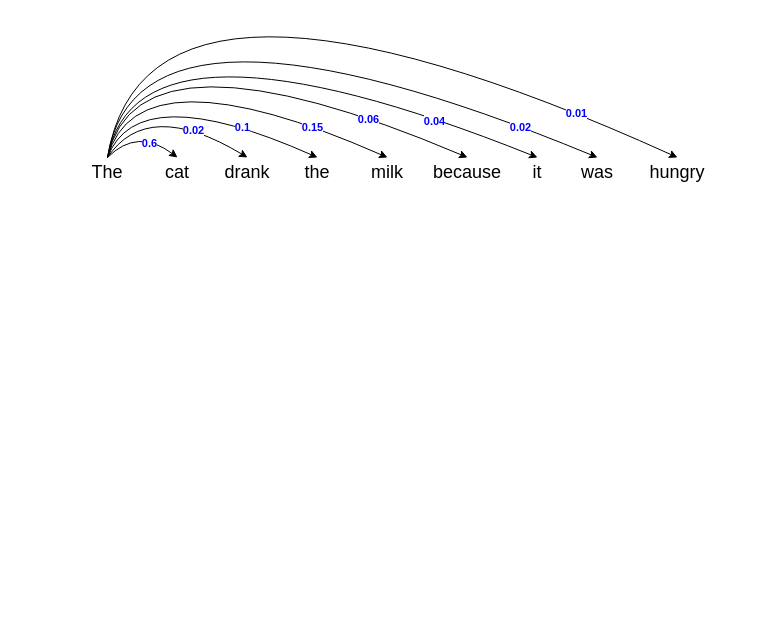
This is attention.drawio from skindhu/9GAG, a draw.io file, before an edit. Source tidied: cells renumbered, new cells numbered last; positions are measured from the earlier drawing's top-left corner, leaving out a move shared by most shapes. Both pictures are drawn from the tidied source at 100%, with x=0, y=0 at pixel (77, -83).
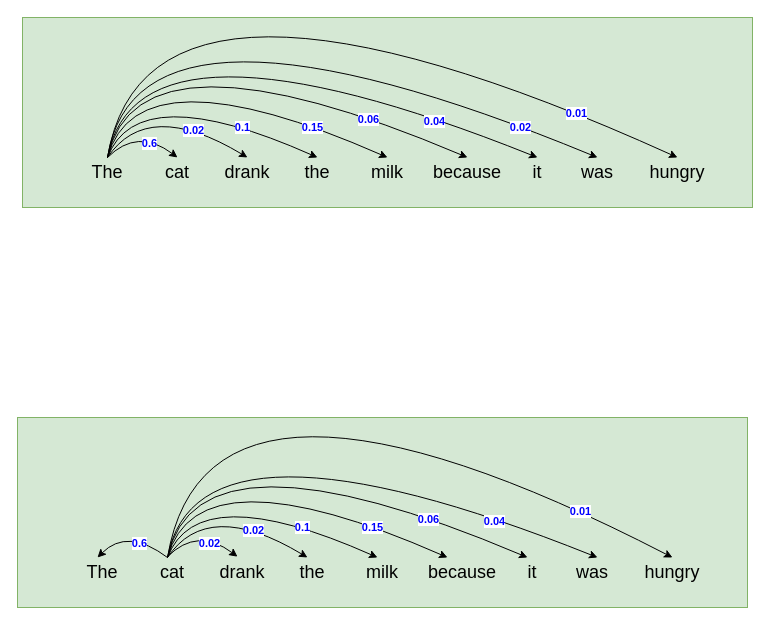
The same diagram, later.

Change to the diagram source:
```diff
@@
+    <mxCell id="27" style="rounded=0;whiteSpace=wrap;html=1;fillColor=#d5e8d4;strokeColor=#82b366;" parent="1" vertex="1">
+      <mxGeometry x="-55" y="100" width="730" height="190" as="geometry" />
+    </mxCell>
@@
+    <mxCell id="28" style="rounded=0;whiteSpace=wrap;html=1;fillColor=#d5e8d4;strokeColor=#82b366;" parent="1" vertex="1">
+      <mxGeometry x="-60" y="500" width="730" height="190" as="geometry" />
+    </mxCell>
+    <mxCell id="29" value="The" style="text;html=1;align=center;verticalAlign=middle;whiteSpace=wrap;rounded=0;fontSize=18;" parent="1" vertex="1">
+      <mxGeometry x="-5" y="640" width="60" height="30" as="geometry" />
+    </mxCell>
+    <mxCell id="30" value="cat" style="text;html=1;align=center;verticalAlign=middle;whiteSpace=wrap;rounded=0;fontSize=18;" parent="1" vertex="1">
+      <mxGeometry x="65" y="640" width="60" height="30" as="geometry" />
+    </mxCell>
+    <mxCell id="31" value="drank" style="text;html=1;align=center;verticalAlign=middle;whiteSpace=wrap;rounded=0;fontSize=18;" parent="1" vertex="1">
+      <mxGeometry x="135" y="640" width="60" height="30" as="geometry" />
+    </mxCell>
+    <mxCell id="32" value="the" style="text;html=1;align=center;verticalAlign=middle;whiteSpace=wrap;rounded=0;fontSize=18;" parent="1" vertex="1">
+      <mxGeometry x="205" y="640" width="60" height="30" as="geometry" />
+    </mxCell>
+    <mxCell id="33" value="milk" style="text;html=1;align=center;verticalAlign=middle;whiteSpace=wrap;rounded=0;fontSize=18;" parent="1" vertex="1">
+      <mxGeometry x="275" y="640" width="60" height="30" as="geometry" />
+    </mxCell>
+    <mxCell id="34" value="because" style="text;html=1;align=center;verticalAlign=middle;whiteSpace=wrap;rounded=0;fontSize=18;" parent="1" vertex="1">
+      <mxGeometry x="355" y="640" width="60" height="30" as="geometry" />
+    </mxCell>
+    <mxCell id="35" value="it" style="text;html=1;align=center;verticalAlign=middle;whiteSpace=wrap;rounded=0;fontSize=18;" parent="1" vertex="1">
+      <mxGeometry x="425" y="640" width="60" height="30" as="geometry" />
+    </mxCell>
+    <mxCell id="36" value="was" style="text;html=1;align=center;verticalAlign=middle;whiteSpace=wrap;rounded=0;fontSize=18;" parent="1" vertex="1">
+      <mxGeometry x="485" y="640" width="60" height="30" as="geometry" />
+    </mxCell>
+    <mxCell id="37" value="hungry" style="text;html=1;align=center;verticalAlign=middle;whiteSpace=wrap;rounded=0;fontSize=18;" parent="1" vertex="1">
+      <mxGeometry x="565" y="640" width="60" height="30" as="geometry" />
+    </mxCell>
+    <mxCell id="38" style="curved=1;endArrow=classic;html=1;rounded=0;entryX=0.5;entryY=0;entryDx=0;entryDy=0;exitX=0.5;exitY=0;exitDx=0;exitDy=0;" parent="1" edge="1">
+      <mxGeometry relative="1" as="geometry">
+        <mxPoint x="90" y="639.2" as="sourcePoint" />
+        <mxPoint x="160" y="639.2" as="targetPoint" />
+        <Array as="points">
+          <mxPoint x="120" y="609.2" />
+        </Array>
+      </mxGeometry>
+    </mxCell>
+    <mxCell id="39" value="0.02" style="edgeLabel;html=1;align=center;verticalAlign=middle;fontStyle=1;fontColor=#0000FF;" parent="38" vertex="1">
+      <mxGeometry x="0.32" y="-6" relative="1" as="geometry" />
+    </mxCell>
+    <mxCell id="40" style="curved=1;endArrow=classic;html=1;rounded=0;entryX=0.5;entryY=0;entryDx=0;entryDy=0;exitX=0.5;exitY=0;exitDx=0;exitDy=0;" parent="1" edge="1">
+      <mxGeometry relative="1" as="geometry">
+        <mxPoint x="90" y="640" as="sourcePoint" />
+        <mxPoint x="230" y="640" as="targetPoint" />
+        <Array as="points">
+          <mxPoint x="130" y="580" />
+        </Array>
+      </mxGeometry>
+    </mxCell>
+    <mxCell id="41" value="0.02" style="edgeLabel;html=1;align=center;verticalAlign=middle;fontColor=#0000FF;fontStyle=1;" parent="40" vertex="1">
+      <mxGeometry x="0.36" y="-5" relative="1" as="geometry">
+        <mxPoint y="-1" as="offset" />
+      </mxGeometry>
+    </mxCell>
+    <mxCell id="42" style="curved=1;endArrow=classic;html=1;rounded=0;entryX=0.5;entryY=0;entryDx=0;entryDy=0;exitX=0.5;exitY=0;exitDx=0;exitDy=0;" parent="1" edge="1">
+      <mxGeometry relative="1" as="geometry">
+        <mxPoint x="90" y="640" as="sourcePoint" />
+        <mxPoint x="300" y="640" as="targetPoint" />
+        <Array as="points">
+          <mxPoint x="120" y="560" />
+        </Array>
+      </mxGeometry>
+    </mxCell>
+    <mxCell id="43" value="&lt;b&gt;0.1&lt;/b&gt;" style="edgeLabel;html=1;align=center;verticalAlign=middle;fontColor=#0000FF;" parent="42" vertex="1">
+      <mxGeometry x="0.42" y="-3" relative="1" as="geometry" />
+    </mxCell>
+    <mxCell id="44" style="curved=1;endArrow=classic;html=1;rounded=0;entryX=0.5;entryY=0;entryDx=0;entryDy=0;exitX=0.5;exitY=0;exitDx=0;exitDy=0;" parent="1" edge="1">
+      <mxGeometry relative="1" as="geometry">
+        <mxPoint x="90" y="640" as="sourcePoint" />
+        <mxPoint x="370" y="640" as="targetPoint" />
+        <Array as="points">
+          <mxPoint x="120" y="530" />
+        </Array>
+      </mxGeometry>
+    </mxCell>
+    <mxCell id="45" value="0.15" style="edgeLabel;html=1;align=center;verticalAlign=middle;fontColor=#0000FF;fontStyle=1;" parent="44" vertex="1">
+      <mxGeometry x="0.58" y="-2" relative="1" as="geometry" />
+    </mxCell>
+    <mxCell id="46" style="curved=1;endArrow=classic;html=1;rounded=0;entryX=0.5;entryY=0;entryDx=0;entryDy=0;exitX=0.5;exitY=0;exitDx=0;exitDy=0;" parent="1" edge="1">
+      <mxGeometry relative="1" as="geometry">
+        <mxPoint x="90" y="640" as="sourcePoint" />
+        <mxPoint x="450" y="640" as="targetPoint" />
+        <Array as="points">
+          <mxPoint x="120" y="500" />
+        </Array>
+      </mxGeometry>
+    </mxCell>
+    <mxCell id="47" value="0.06" style="edgeLabel;html=1;align=center;verticalAlign=middle;fontStyle=1;fontColor=#0000FF;" parent="46" vertex="1">
+      <mxGeometry x="0.57" y="-4" relative="1" as="geometry">
+        <mxPoint x="1" as="offset" />
+      </mxGeometry>
+    </mxCell>
+    <mxCell id="48" style="curved=1;endArrow=classic;html=1;rounded=0;entryX=0.5;entryY=0;entryDx=0;entryDy=0;exitX=0.5;exitY=0;exitDx=0;exitDy=0;" parent="1" edge="1">
+      <mxGeometry relative="1" as="geometry">
+        <mxPoint x="90" y="640" as="sourcePoint" />
+        <mxPoint x="520" y="640" as="targetPoint" />
+        <Array as="points">
+          <mxPoint x="120" y="480" />
+        </Array>
+      </mxGeometry>
+    </mxCell>
+    <mxCell id="49" value="0.04" style="edgeLabel;html=1;align=center;verticalAlign=middle;fontStyle=1;fontColor=#0000FF;" parent="48" vertex="1">
+      <mxGeometry x="0.63" y="-5" relative="1" as="geometry" />
+    </mxCell>
+    <mxCell id="50" style="curved=1;endArrow=classic;html=1;rounded=0;entryX=0.5;entryY=0;entryDx=0;entryDy=0;exitX=0.5;exitY=0;exitDx=0;exitDy=0;" parent="1" edge="1" target="37">
+      <mxGeometry relative="1" as="geometry">
+        <mxPoint x="90" y="640" as="sourcePoint" />
+        <Array as="points">
+          <mxPoint x="130" y="400" />
+        </Array>
+      </mxGeometry>
+    </mxCell>
+    <mxCell id="51" value="0.01" style="edgeLabel;html=1;align=center;verticalAlign=middle;fontStyle=1;fontColor=#0000FF;" parent="50" vertex="1">
+      <mxGeometry x="0.73" y="-1" relative="1" as="geometry" />
+    </mxCell>
+    <mxCell id="52" style="curved=1;endArrow=none;html=1;rounded=0;exitX=0.5;exitY=0;exitDx=0;exitDy=0;startArrow=classic;startFill=1;endFill=0;" parent="1" edge="1">
+      <mxGeometry relative="1" as="geometry">
+        <mxPoint x="20" y="640" as="sourcePoint" />
+        <mxPoint x="90" y="640" as="targetPoint" />
+        <Array as="points">
+          <mxPoint x="50" y="610" />
+        </Array>
+      </mxGeometry>
+    </mxCell>
+    <mxCell id="53" value="0.6" style="edgeLabel;html=1;align=center;verticalAlign=middle;fontStyle=1;fontColor=#0000FF;" parent="52" vertex="1">
+      <mxGeometry x="0.32" y="-6" relative="1" as="geometry" />
+    </mxCell>
```
